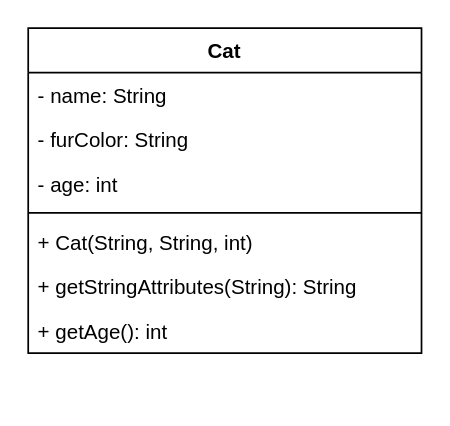
Tinneff/02b_Klassen_Objekte_2 keeps this draw.io diagram as page "CopyCat 1" (3 of 3) of klassendiagramm.drawio. Above is the earlier version. Source tidied: cells renumbered, new cells numbered last; positions are measured from the earlier drawing's top-left corner, leaving out a move shared by most shapes. Both pictures are drawn from the tidied source at 171%, with x=0, y=0 at pixel (27, 27).
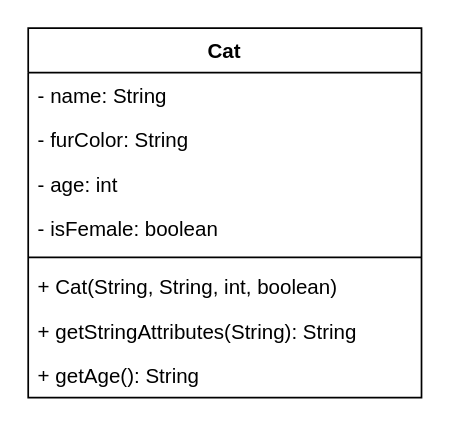
After the change.

Commit message (it also covers changes not shown here):
isFemale ++ / getAge () mit if-else

The edit, as a diff of the source:
```diff
@@
 <mxGraphModel>
   <root>
     <mxCell id="0" />
     <mxCell id="1" parent="0" />
     <mxCell id="2" value="Cat" style="swimlane;fontStyle=1;align=center;verticalAlign=top;horizontal=1;startSize=26;" parent="1" vertex="1">
-      <mxGeometry width="230" height="190" as="geometry" />
+      <mxGeometry width="230" height="216" as="geometry" />
     </mxCell>
     <mxCell id="3" value="- name: String" style="text;strokeColor=none;fillColor=none;align=left;verticalAlign=top;spacingLeft=4;spacingRight=4;overflow=hidden;" parent="2" vertex="1">
       <mxGeometry y="26" width="230" height="26" as="geometry" />
     </mxCell>
     <mxCell id="4" value="- furColor: String" style="text;strokeColor=none;fillColor=none;align=left;verticalAlign=top;spacingLeft=4;spacingRight=4;overflow=hidden;" parent="2" vertex="1">
       <mxGeometry y="52" width="230" height="26" as="geometry" />
     </mxCell>
     <mxCell id="5" value="- age: int" style="text;strokeColor=none;fillColor=none;align=left;verticalAlign=top;spacingLeft=4;spacingRight=4;overflow=hidden;" parent="2" vertex="1">
       <mxGeometry y="78" width="230" height="26" as="geometry" />
     </mxCell>
+    <mxCell id="10" value="- isFemale: boolean" style="text;strokeColor=none;fillColor=none;align=left;verticalAlign=top;spacingLeft=4;spacingRight=4;overflow=hidden;" parent="2" vertex="1">
+      <mxGeometry y="104" width="230" height="26" as="geometry" />
+    </mxCell>
     <mxCell id="6" style="line;strokeWidth=1;fillColor=none;align=left;verticalAlign=middle;spacingTop=-1;spacingLeft=3;spacingRight=3;labelPosition=right;strokeColor=inherit;" parent="2" vertex="1">
-      <mxGeometry y="104" width="230" height="8" as="geometry" />
+      <mxGeometry y="130" width="230" height="8" as="geometry" />
     </mxCell>
-    <mxCell id="7" value="+ Cat(String, String, int)" style="text;strokeColor=none;fillColor=none;align=left;verticalAlign=top;spacingLeft=4;spacingRight=4;overflow=hidden;" parent="2" vertex="1">
-      <mxGeometry y="112" width="230" height="26" as="geometry" />
+    <mxCell id="7" value="+ Cat(String, String, int, boolean)" style="text;strokeColor=none;fillColor=none;align=left;verticalAlign=top;spacingLeft=4;spacingRight=4;overflow=hidden;" parent="2" vertex="1">
+      <mxGeometry y="138" width="230" height="26" as="geometry" />
     </mxCell>
     <mxCell id="8" value="+ getStringAttributes(String): String" style="text;strokeColor=none;fillColor=none;align=left;verticalAlign=top;spacingLeft=4;spacingRight=4;overflow=hidden;" parent="2" vertex="1">
-      <mxGeometry y="138" width="230" height="26" as="geometry" />
+      <mxGeometry y="164" width="230" height="26" as="geometry" />
     </mxCell>
-    <mxCell id="9" value="+ getAge(): int" style="text;strokeColor=none;fillColor=none;align=left;verticalAlign=top;spacingLeft=4;spacingRight=4;overflow=hidden;" parent="2" vertex="1">
-      <mxGeometry y="164" width="230" height="26" as="geometry" />
+    <mxCell id="9" value="+ getAge(): String" style="text;strokeColor=none;fillColor=none;align=left;verticalAlign=top;spacingLeft=4;spacingRight=4;overflow=hidden;" parent="2" vertex="1">
+      <mxGeometry y="190" width="230" height="26" as="geometry" />
     </mxCell>
   </root>
 </mxGraphModel>
```
